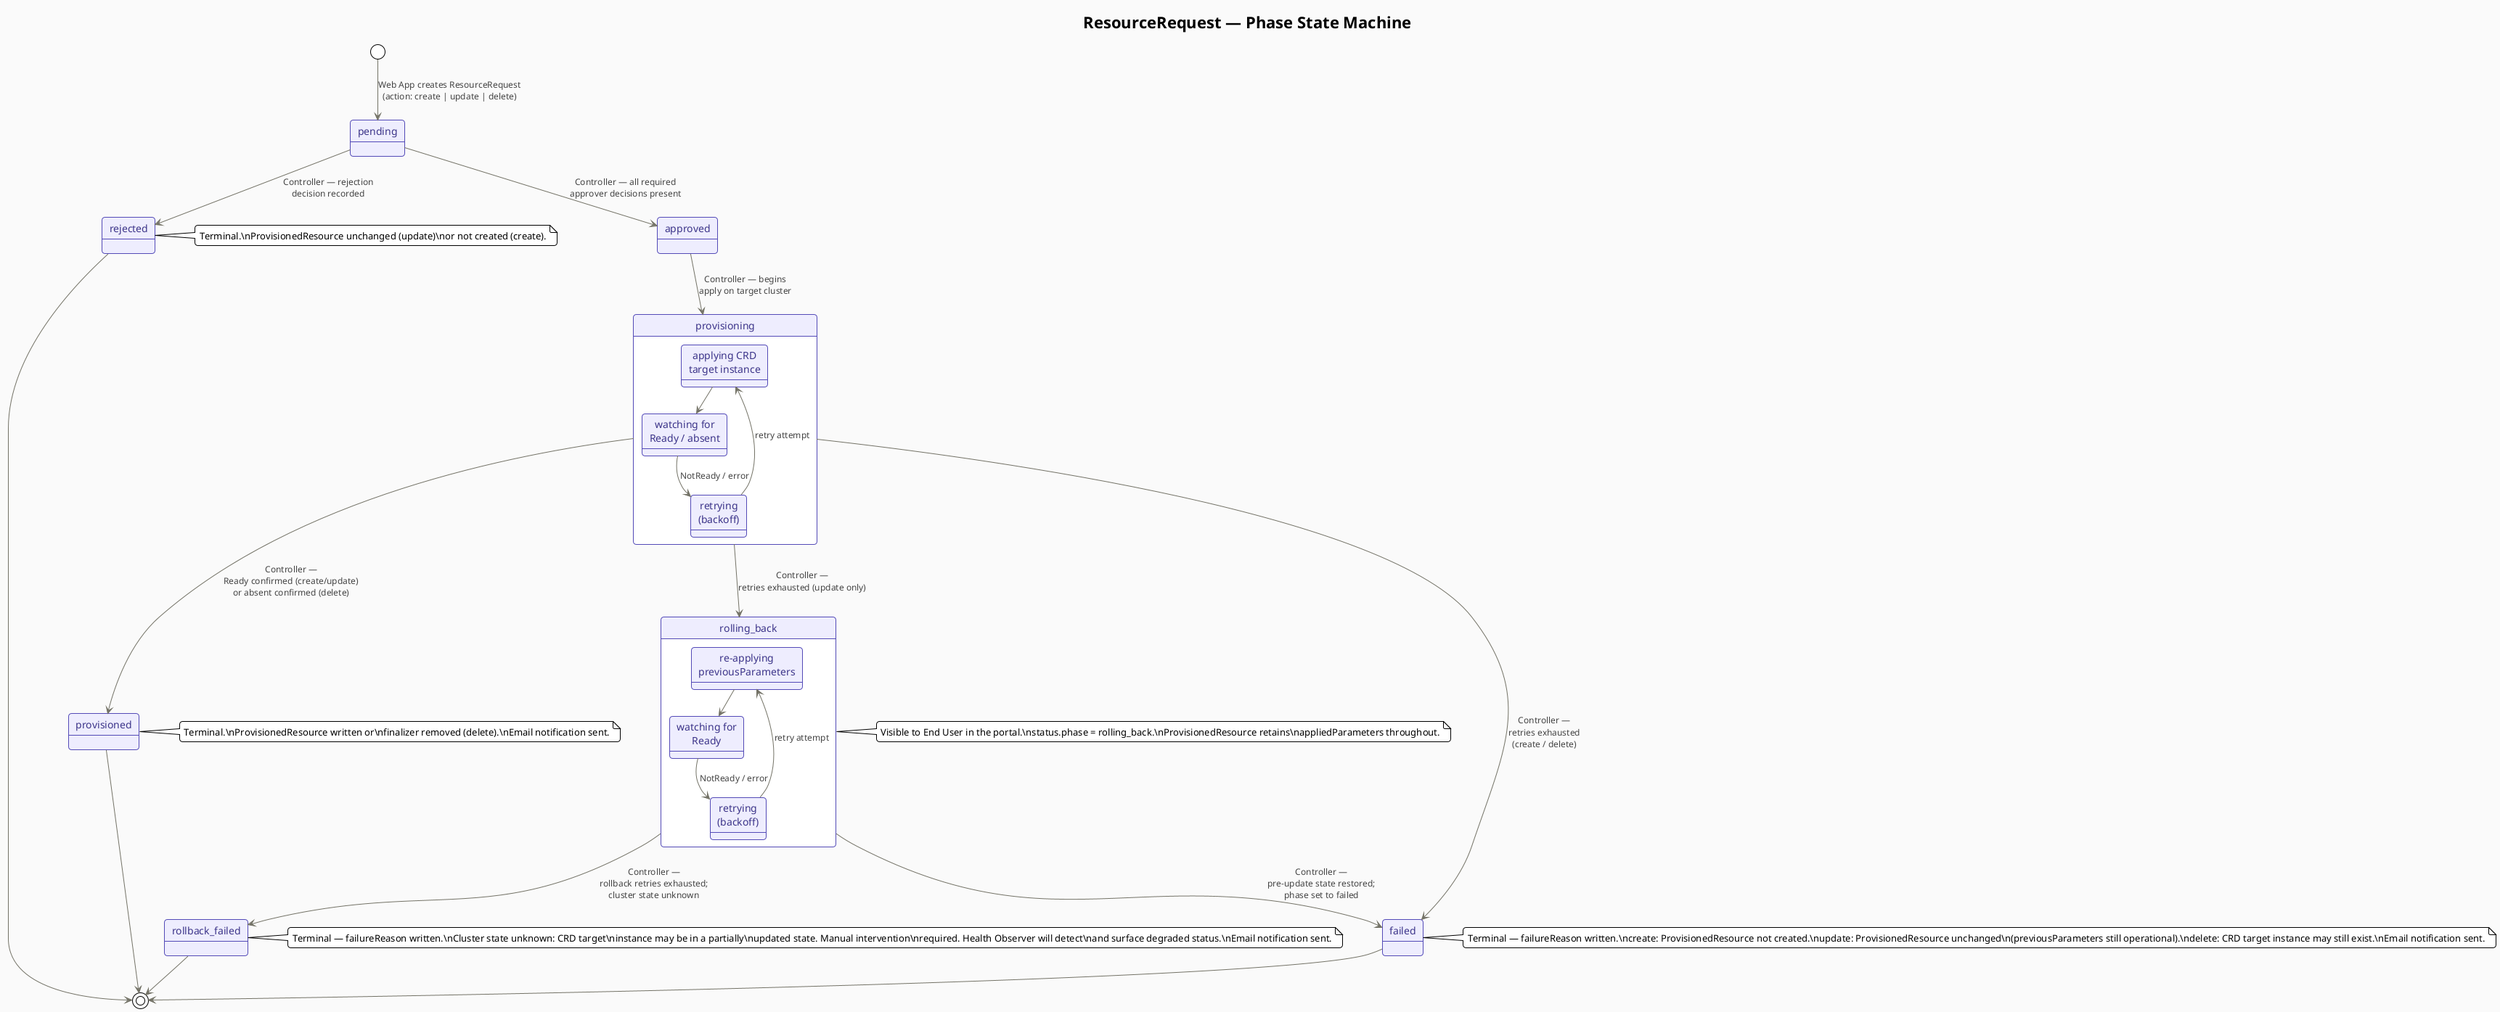
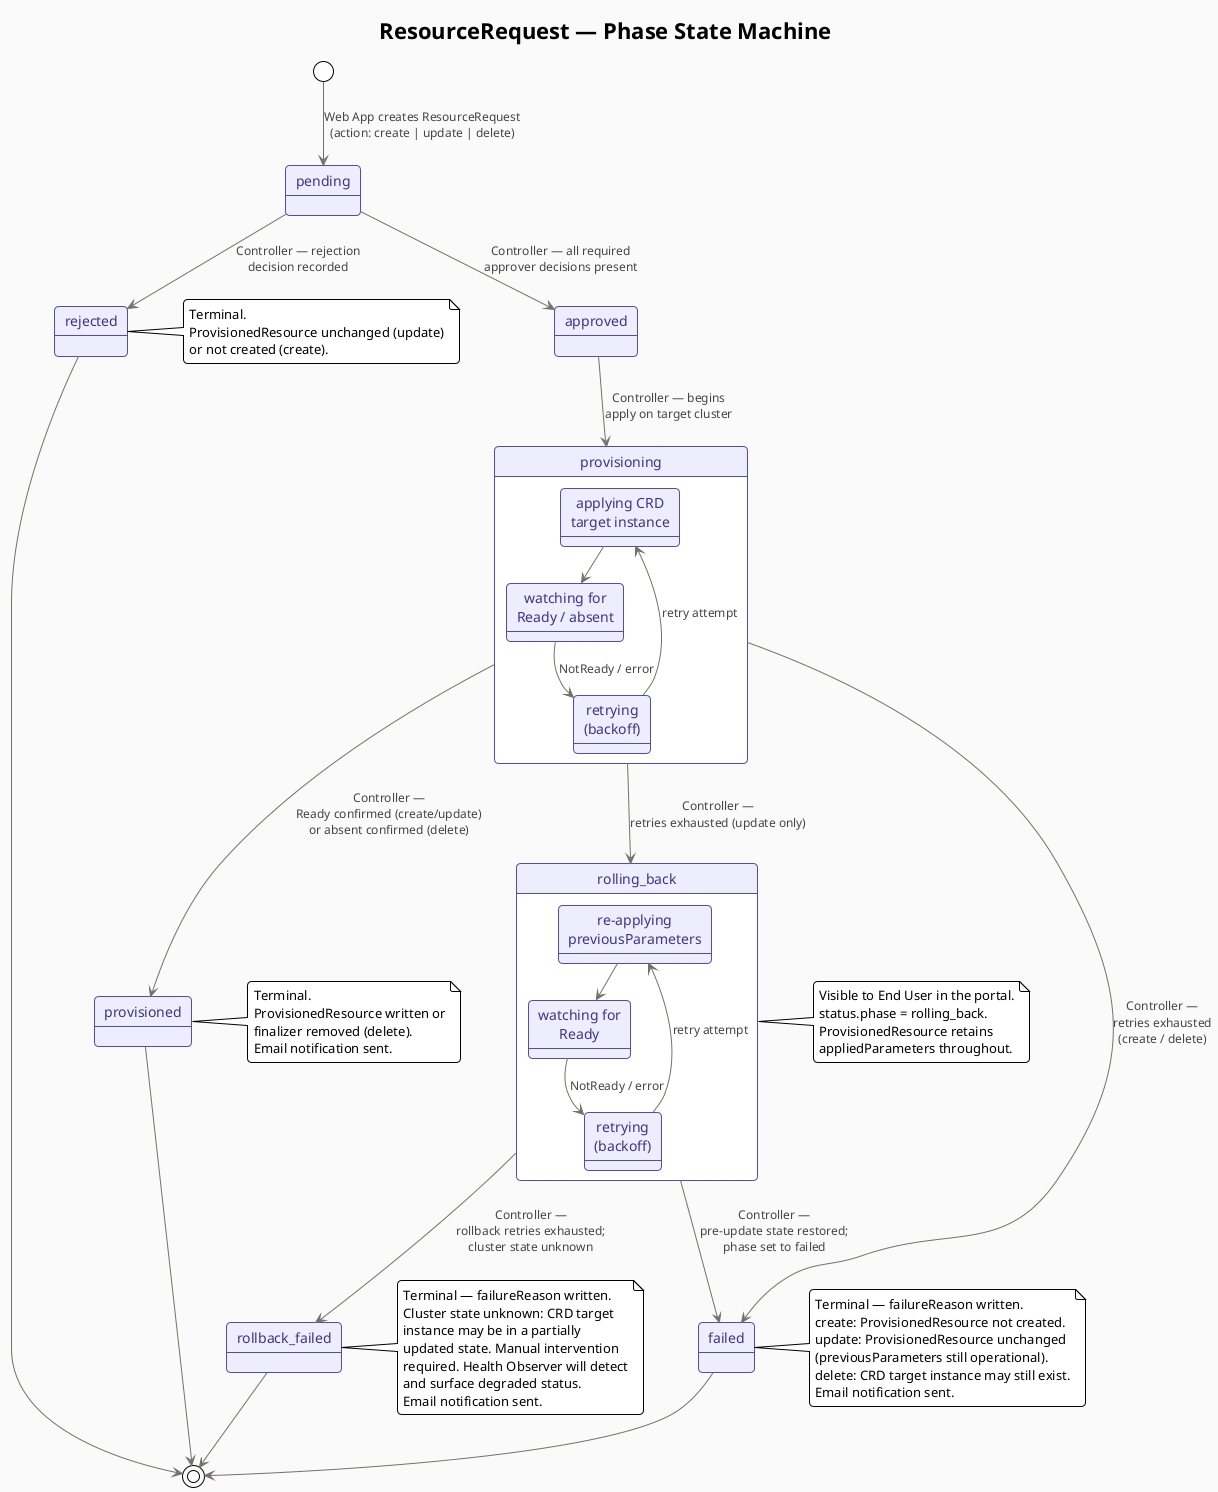
@startuml state_resource_request
!theme plain
skinparam backgroundColor #FAFAFA
skinparam state {
    BackgroundColor #EEEDFE
    BorderColor #534AB7
    FontColor #3C3489
    ArrowColor #737266
    ArrowFontColor #444444
    ArrowFontSize 12
    StartColor #085041
    EndColor #085041
}
skinparam roundcorner 8
skinparam nodesep 55
skinparam ranksep 50

title ResourceRequest — Phase State Machine

[*] --> pending : Web App creates ResourceRequest\n(action: create | update | delete)

pending --> approved  : Controller — all required\napprover decisions present
pending --> rejected  : Controller — rejection\ndecision recorded

approved --> provisioning : Controller — begins\napply on target cluster

state provisioning {
    state "applying CRD\ntarget instance" as applying
    state "watching for\nReady / absent" as watching
    state "retrying\n(backoff)" as retrying
    applying --> watching
    watching --> retrying : NotReady / error
    retrying --> applying : retry attempt
}

provisioning --> provisioned : Controller —\nReady confirmed (create/update)\nor absent confirmed (delete)

provisioning --> rolling_back : Controller —\nretries exhausted (update only)

state rolling_back {
    state "re-applying\npreviousParameters" as reapply
    state "watching for\nReady" as rbwatch
    state "retrying\n(backoff)" as rbretry
    reapply --> rbwatch
    rbwatch --> rbretry : NotReady / error
    rbretry --> reapply : retry attempt
}

note right of rolling_back
-   Visible to End User in the portal.\nstatus.phase = rolling_back.\nProvisionedResource retains\nappliedParameters throughout.
+   Visible to End User in the portal.
+   status.phase = rolling_back.
+   ProvisionedResource retains
+   appliedParameters throughout.
end note

rolling_back --> failed        : Controller —\npre-update state restored;\nphase set to failed

rolling_back --> rollback_failed : Controller —\nrollback retries exhausted;\ncluster state unknown

provisioning --> failed : Controller —\nretries exhausted\n(create / delete)

note right of rejected
-   Terminal.\nProvisionedResource unchanged (update)\nor not created (create).
+   Terminal.
+   ProvisionedResource unchanged (update)
+   or not created (create).
end note

note right of provisioned
-   Terminal.\nProvisionedResource written or\nfinalizer removed (delete).\nEmail notification sent.
+   Terminal.
+   ProvisionedResource written or
+   finalizer removed (delete).
+   Email notification sent.
end note

note right of failed
-   Terminal — failureReason written.\ncreate: ProvisionedResource not created.\nupdate: ProvisionedResource unchanged\n(previousParameters still operational).\ndelete: CRD target instance may still exist.\nEmail notification sent.
+   Terminal — failureReason written.
+   create: ProvisionedResource not created.
+   update: ProvisionedResource unchanged
+   (previousParameters still operational).
+   delete: CRD target instance may still exist.
+   Email notification sent.
end note

note right of rollback_failed
-   Terminal — failureReason written.\nCluster state unknown: CRD target\ninstance may be in a partially\nupdated state. Manual intervention\nrequired. Health Observer will detect\nand surface degraded status.\nEmail notification sent.
+   Terminal — failureReason written.
+   Cluster state unknown: CRD target
+   instance may be in a partially
+   updated state. Manual intervention
+   required. Health Observer will detect
+   and surface degraded status.
+   Email notification sent.
end note

provisioned      --> [*]
rejected         --> [*]
failed           --> [*]
rollback_failed  --> [*]

@enduml
